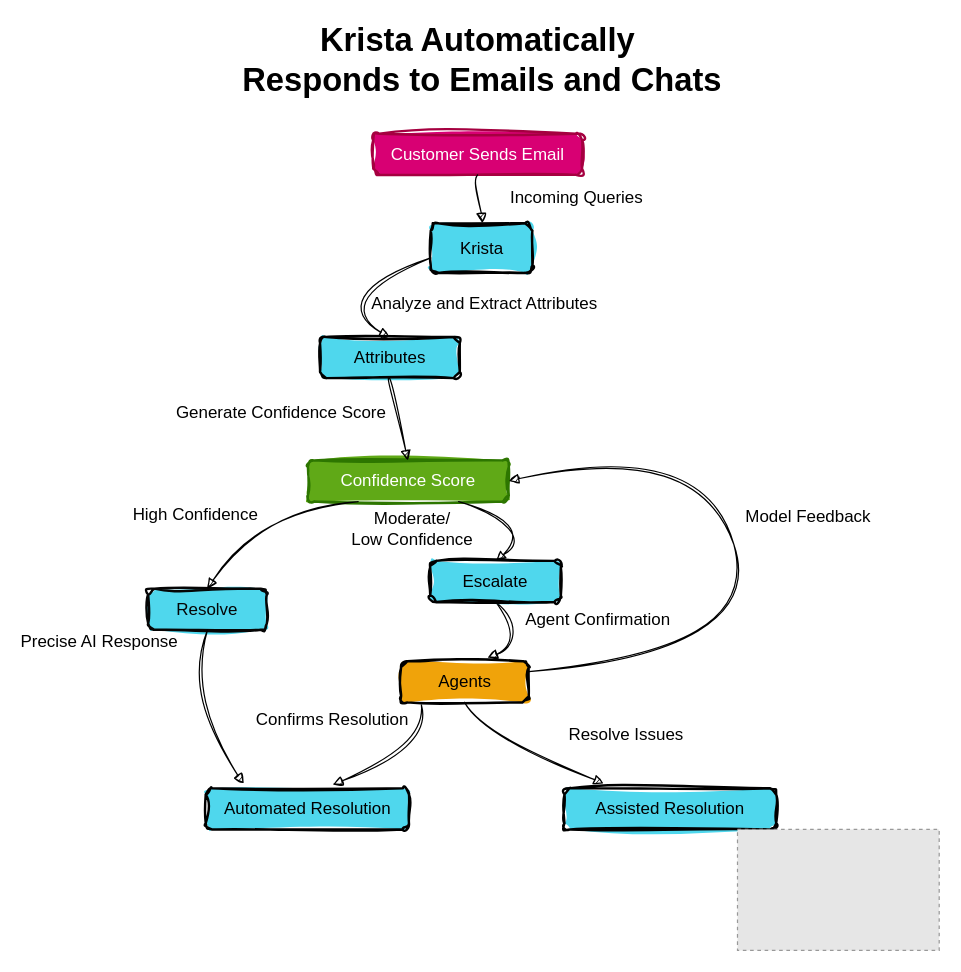
Before: AI email reader.drawio in thescottking/Draw.io-Sketches, a draw.io diagram. Source tidied: cells renumbered, new cells numbered last; positions are measured from the earlier drawing's top-left corner, leaving out a move shared by most shapes. Both pictures are drawn from the tidied source at 121%, with x=0, y=0 at pixel (148, 35). Pictures stored in the file or linked from it are replaced by grey dashed boxes.
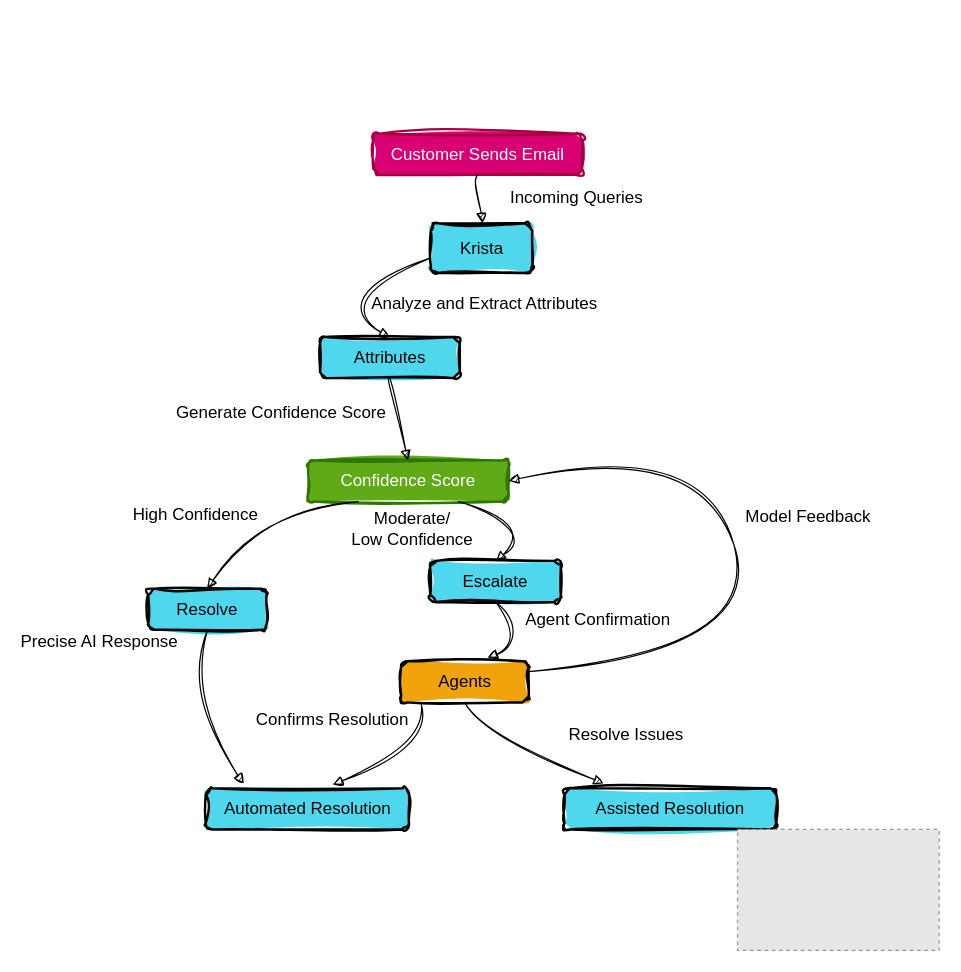
The same diagram, later.

What changed in the source:
```diff
@@
-    <mxCell id="21" value="Krista Automatically&lt;br&gt;&amp;nbsp;Responds to Emails and Chats" style="text;strokeColor=none;fillColor=none;html=1;fontSize=27;fontStyle=1;verticalAlign=middle;align=center;fontFamily=Helvetica;" parent="1" vertex="1">
-      <mxGeometry x="192.2" width="160" height="40" as="geometry" />
-    </mxCell>
```
